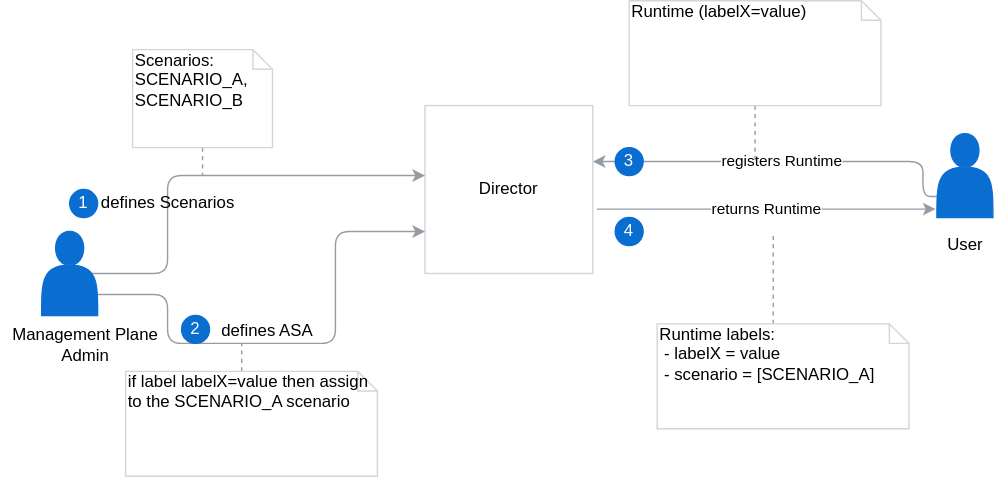
Before: docs/compass/assets/automatic-scenario-assign.svg, a diagram exported from draw.io (kyma-incubator/compass). Source tidied: cells renumbered, new cells last; positions are measured from the earlier drawing's top-left corner, leaving out a move shared by most shapes.
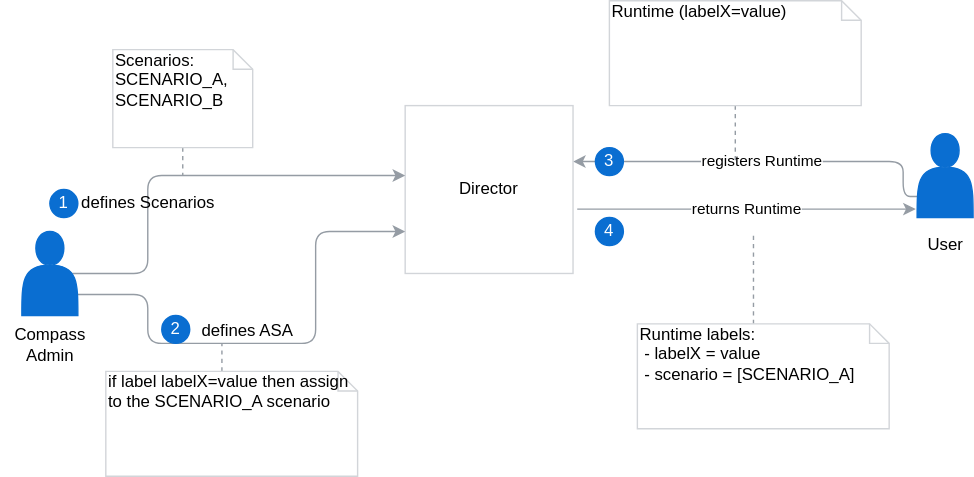
After the commit.

What changed in the source:
```diff
@@ -83,8 +83,8 @@
     <mxCell id="19" value="&lt;font color=&quot;#ffffff&quot;&gt;3&lt;/font&gt;" style="ellipse;whiteSpace=wrap;html=1;strokeColor=#0A6ED1;fillColor=#0A6ED1;" parent="1" vertex="1">
       <mxGeometry x="439" y="105" width="20" height="20" as="geometry" />
     </mxCell>
-    <mxCell id="20" value="Management Plane&lt;br&gt;Admin" style="text;html=1;align=center;verticalAlign=middle;" parent="1" vertex="1">
-      <mxGeometry y="231" width="120" height="30" as="geometry" />
+    <mxCell id="20" value="Compass&lt;br&gt;Admin" style="text;html=1;align=center;verticalAlign=middle;" parent="1" vertex="1">
+      <mxGeometry x="14" y="231" width="70" height="30" as="geometry" />
     </mxCell>
     <mxCell id="21" value="User" style="text;html=1;align=center;verticalAlign=middle;" parent="1" vertex="1">
       <mxGeometry x="669" y="165" width="40" height="20" as="geometry" />
```
